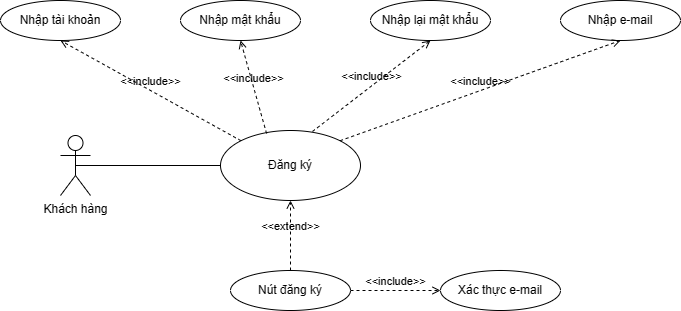
Before: UC/imgs/UC_DANGKY.drawio.png, a diagram exported from draw.io (hieuNV0871/da). Source tidied: cells renumbered, new cells last; positions are measured from the earlier drawing's top-left corner, leaving out a move shared by most shapes.
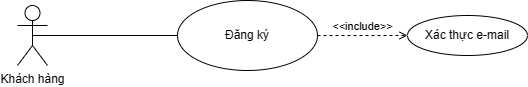
Later version of the same file.

Diff of the diagram source:
```diff
@@ -5,47 +5,17 @@
     <mxCell id="2" value="Khách hàng" style="shape=umlActor;verticalLabelPosition=bottom;verticalAlign=top;html=1;outlineConnect=0;" parent="1" vertex="1">
       <mxGeometry x="60" y="135" width="30" height="60" as="geometry" />
     </mxCell>
-    <mxCell id="3" value="&amp;lt;&amp;lt;include&amp;gt;&amp;gt;" style="html=1;verticalAlign=bottom;labelBackgroundColor=none;endArrow=open;endFill=0;dashed=1;rounded=0;exitX=0;exitY=0;exitDx=0;exitDy=0;entryX=0.5;entryY=1;entryDx=0;entryDy=0;" parent="1" edge="1" source="4" target="6">
-      <mxGeometry relative="1" as="geometry" />
-    </mxCell>
     <mxCell id="4" value="Đăng ký" style="ellipse;whiteSpace=wrap;html=1;" parent="1" vertex="1">
       <mxGeometry x="220" y="130" width="140" height="70" as="geometry" />
     </mxCell>
-    <mxCell id="5" value="&amp;lt;&amp;lt;include&amp;gt;&amp;gt;" style="html=1;verticalAlign=bottom;labelBackgroundColor=none;endArrow=open;endFill=0;dashed=1;rounded=0;exitX=0.329;exitY=0.043;exitDx=0;exitDy=0;entryX=0.5;entryY=1;entryDx=0;entryDy=0;exitPerimeter=0;" parent="1" edge="1" source="4" target="7">
-      <mxGeometry relative="1" as="geometry" />
-    </mxCell>
-    <mxCell id="6" value="Nhập tài khoản" style="ellipse;whiteSpace=wrap;html=1;" parent="1" vertex="1">
-      <mxGeometry width="120" height="40" as="geometry" />
-    </mxCell>
-    <mxCell id="7" value="Nhập mật khẩu" style="ellipse;whiteSpace=wrap;html=1;" parent="1" vertex="1">
-      <mxGeometry x="180" width="120" height="40" as="geometry" />
-    </mxCell>
-    <mxCell id="8" value="Nhập lại mật khẩu" style="ellipse;whiteSpace=wrap;html=1;" parent="1" vertex="1">
-      <mxGeometry x="370" width="120" height="40" as="geometry" />
-    </mxCell>
-    <mxCell id="9" value="Nhập e-mail" style="ellipse;whiteSpace=wrap;html=1;" parent="1" vertex="1">
-      <mxGeometry x="560" width="120" height="40" as="geometry" />
-    </mxCell>
     <mxCell id="10" style="endArrow=none;html=1;rounded=0;exitX=0.5;exitY=0.5;exitDx=0;exitDy=0;exitPerimeter=0;entryX=0;entryY=0.5;entryDx=0;entryDy=0;" parent="1" edge="1" source="2" target="4">
       <mxGeometry relative="1" as="geometry" />
     </mxCell>
-    <mxCell id="11" value="Nút đăng ký" style="ellipse;whiteSpace=wrap;html=1;" parent="1" vertex="1">
-      <mxGeometry x="230" y="270" width="120" height="40" as="geometry" />
-    </mxCell>
-    <mxCell id="12" value="&amp;lt;&amp;lt;include&amp;gt;&amp;gt;" style="html=1;verticalAlign=bottom;labelBackgroundColor=none;endArrow=open;endFill=0;dashed=1;rounded=0;exitX=1;exitY=0;exitDx=0;exitDy=0;entryX=0.5;entryY=1;entryDx=0;entryDy=0;" parent="1" edge="1" source="4" target="9">
-      <mxGeometry relative="1" as="geometry" />
-    </mxCell>
-    <mxCell id="13" value="&amp;lt;&amp;lt;include&amp;gt;&amp;gt;" style="html=1;verticalAlign=bottom;labelBackgroundColor=none;endArrow=open;endFill=0;dashed=1;rounded=0;exitX=0.657;exitY=0.014;exitDx=0;exitDy=0;entryX=0.5;entryY=1;entryDx=0;entryDy=0;exitPerimeter=0;" parent="1" edge="1" source="4" target="8">
-      <mxGeometry relative="1" as="geometry" />
-    </mxCell>
-    <mxCell id="14" value="&amp;lt;&amp;lt;extend&amp;gt;&amp;gt;" style="html=1;verticalAlign=bottom;labelBackgroundColor=none;endArrow=open;endFill=0;dashed=1;rounded=0;exitX=0.5;exitY=0;exitDx=0;exitDy=0;entryX=0.5;entryY=1;entryDx=0;entryDy=0;" parent="1" edge="1" source="11" target="4">
-      <mxGeometry relative="1" as="geometry" />
-    </mxCell>
-    <mxCell id="15" value="&amp;lt;&amp;lt;include&amp;gt;&amp;gt;" style="html=1;verticalAlign=bottom;labelBackgroundColor=none;endArrow=open;endFill=0;dashed=1;rounded=0;exitX=1;exitY=0.5;exitDx=0;exitDy=0;entryX=0;entryY=0.5;entryDx=0;entryDy=0;" parent="1" edge="1" source="11" target="16">
+    <mxCell id="15" value="&amp;lt;&amp;lt;include&amp;gt;&amp;gt;" style="html=1;verticalAlign=bottom;labelBackgroundColor=none;endArrow=open;endFill=0;dashed=1;rounded=0;exitX=1;exitY=0.5;exitDx=0;exitDy=0;entryX=0;entryY=0.5;entryDx=0;entryDy=0;" parent="1" edge="1" source="4" target="16">
       <mxGeometry relative="1" as="geometry" />
     </mxCell>
     <mxCell id="16" value="Xác thực e-mail" style="ellipse;whiteSpace=wrap;html=1;" parent="1" vertex="1">
-      <mxGeometry x="440" y="270" width="120" height="40" as="geometry" />
+      <mxGeometry x="450" y="145" width="120" height="40" as="geometry" />
     </mxCell>
   </root>
 </mxGraphModel>
```
